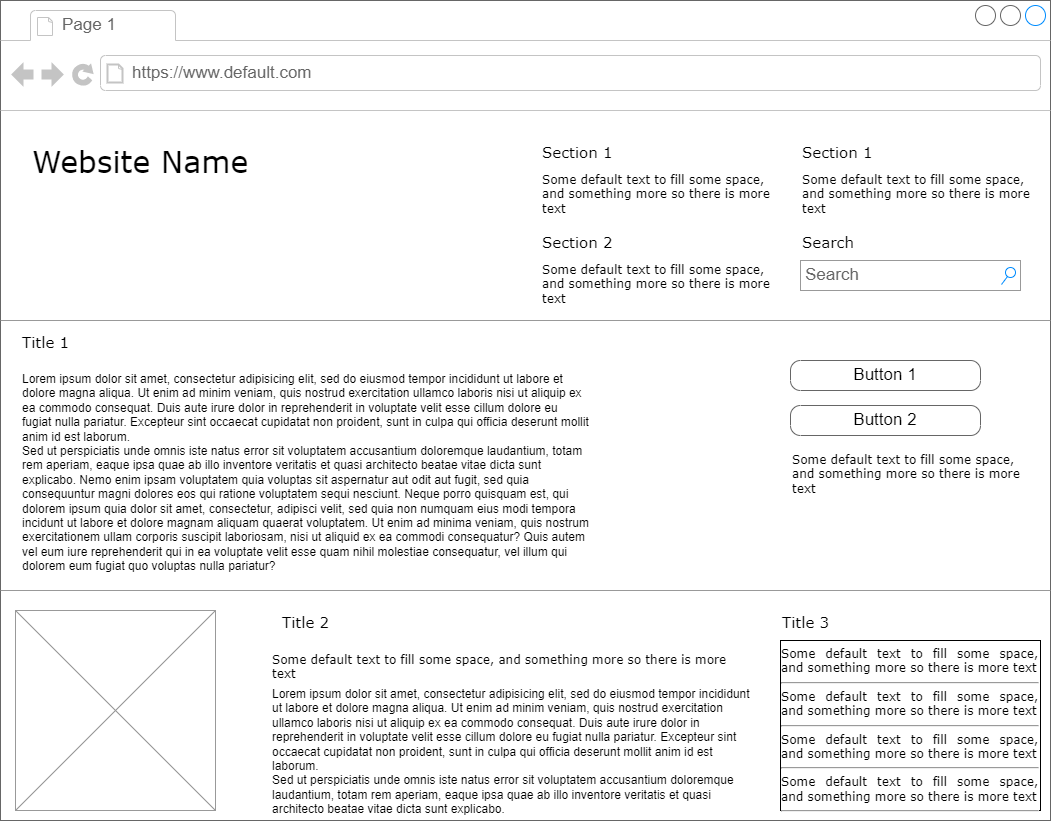
Before: 10/Untitled Diagram.png, a diagram exported from draw.io (fischr1/4cti). Source tidied: cells renumbered, new cells last; positions are measured from the earlier drawing's top-left corner, leaving out a move shared by most shapes.
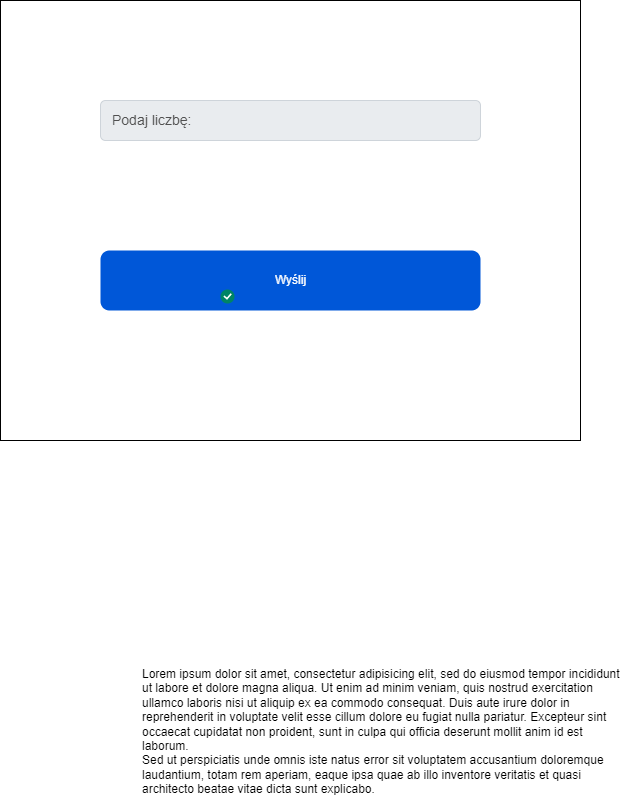
The same file after the commit.

The edit, as a diff of the source:
```diff
@@ -2,80 +2,20 @@
   <root>
     <mxCell id="0" />
     <mxCell id="1" parent="0" />
-    <mxCell id="2" style="strokeWidth=1;shadow=0;dashed=0;align=center;html=1;shape=mxgraph.mockup.containers.browserWindow;rSize=0;strokeColor=#666666;mainText=,;rounded=0;labelBackgroundColor=none;fontFamily=Verdana;fontSize=12;" parent="1" vertex="1">
-      <mxGeometry width="1050" height="820" as="geometry" />
-    </mxCell>
-    <mxCell id="3" value="Page 1" style="strokeWidth=1;shadow=0;dashed=0;align=center;html=1;shape=mxgraph.mockup.containers.anchor;fontSize=17;fontColor=#666666;align=left;" parent="2" vertex="1">
-      <mxGeometry x="60" y="12" width="110" height="26" as="geometry" />
-    </mxCell>
-    <mxCell id="4" value="https://www.default.com" style="strokeWidth=1;shadow=0;dashed=0;align=center;html=1;shape=mxgraph.mockup.containers.anchor;rSize=0;fontSize=17;fontColor=#666666;align=left;" parent="2" vertex="1">
-      <mxGeometry x="130" y="60" width="250" height="26" as="geometry" />
-    </mxCell>
-    <mxCell id="5" value="Website Name" style="text;html=1;align=left;verticalAlign=top;spacingTop=-4;fontSize=30;fontFamily=Verdana;" parent="2" vertex="1">
-      <mxGeometry x="30" y="140" width="340" height="50" as="geometry" />
-    </mxCell>
-    <mxCell id="6" value="Section 1" style="text;html=1;align=left;verticalAlign=top;spacingTop=-4;fontSize=15;fontFamily=Verdana;" parent="2" vertex="1">
-      <mxGeometry x="540" y="140" width="170" height="30" as="geometry" />
-    </mxCell>
-    <mxCell id="7" value="Some default text to fill some space, and&amp;nbsp;&lt;span&gt;something more so there is more text&lt;/span&gt;" style="text;html=1;align=left;verticalAlign=top;spacingTop=-4;fontSize=12;fontFamily=Verdana;whiteSpace=wrap;" parent="2" vertex="1">
-      <mxGeometry x="540" y="170" width="240" height="40" as="geometry" />
-    </mxCell>
-    <mxCell id="8" value="Section 2" style="text;html=1;align=left;verticalAlign=top;spacingTop=-4;fontSize=15;fontFamily=Verdana;" parent="2" vertex="1">
-      <mxGeometry x="540" y="230" width="170" height="30" as="geometry" />
-    </mxCell>
-    <mxCell id="9" value="Some default text to fill some space, and&amp;nbsp;&lt;span&gt;something more so there is more text&lt;/span&gt;" style="text;html=1;align=left;verticalAlign=top;spacingTop=-4;fontSize=12;fontFamily=Verdana;whiteSpace=wrap;" parent="2" vertex="1">
-      <mxGeometry x="540" y="260" width="240" height="40" as="geometry" />
-    </mxCell>
-    <mxCell id="10" value="Section 1" style="text;html=1;align=left;verticalAlign=top;spacingTop=-4;fontSize=15;fontFamily=Verdana;" parent="2" vertex="1">
-      <mxGeometry x="800" y="140" width="170" height="30" as="geometry" />
-    </mxCell>
-    <mxCell id="11" value="Some default text to fill some space, and&amp;nbsp;&lt;span&gt;something more so there is more text&lt;/span&gt;" style="text;html=1;align=left;verticalAlign=top;spacingTop=-4;fontSize=12;fontFamily=Verdana;whiteSpace=wrap;" parent="2" vertex="1">
-      <mxGeometry x="800" y="170" width="240" height="40" as="geometry" />
-    </mxCell>
-    <mxCell id="12" value="Search" style="text;html=1;align=left;verticalAlign=top;spacingTop=-4;fontSize=15;fontFamily=Verdana;" parent="2" vertex="1">
-      <mxGeometry x="800" y="230" width="170" height="30" as="geometry" />
-    </mxCell>
-    <mxCell id="13" value="Search" style="strokeWidth=1;shadow=0;dashed=0;align=center;html=1;shape=mxgraph.mockup.forms.searchBox;strokeColor=#999999;mainText=;strokeColor2=#008cff;fontColor=#666666;fontSize=17;align=left;spacingLeft=3;rounded=0;labelBackgroundColor=none;" parent="2" vertex="1">
-      <mxGeometry x="800" y="260" width="220" height="30" as="geometry" />
-    </mxCell>
-    <mxCell id="14" style="verticalLabelPosition=bottom;shadow=0;dashed=0;align=center;html=1;verticalAlign=top;strokeWidth=1;shape=mxgraph.mockup.markup.line;strokeColor=#999999;rounded=0;labelBackgroundColor=none;fillColor=#ffffff;fontFamily=Verdana;fontSize=12;fontColor=#000000;" parent="2" vertex="1">
-      <mxGeometry y="310" width="1050" height="20" as="geometry" />
-    </mxCell>
-    <mxCell id="15" value="Title 1" style="text;html=1;align=left;verticalAlign=top;spacingTop=-4;fontSize=15;fontFamily=Verdana;" parent="2" vertex="1">
-      <mxGeometry x="20" y="330" width="170" height="30" as="geometry" />
-    </mxCell>
-    <mxCell id="16" value="Lorem ipsum dolor sit amet, consectetur adipisicing elit, sed do eiusmod tempor incididunt ut labore et dolore magna aliqua. Ut enim ad minim veniam, quis nostrud exercitation ullamco laboris nisi ut aliquip ex ea commodo consequat. Duis aute irure dolor in reprehenderit in voluptate velit esse cillum dolore eu fugiat nulla pariatur. Excepteur sint occaecat cupidatat non proident, sunt in culpa qui officia deserunt mollit anim id est laborum.&#10;Sed ut perspiciatis unde omnis iste natus error sit voluptatem accusantium doloremque laudantium, totam rem aperiam, eaque ipsa quae ab illo inventore veritatis et quasi architecto beatae vitae dicta sunt explicabo. Nemo enim ipsam voluptatem quia voluptas sit aspernatur aut odit aut fugit, sed quia consequuntur magni dolores eos qui ratione voluptatem sequi nesciunt. Neque porro quisquam est, qui dolorem ipsum quia dolor sit amet, consectetur, adipisci velit, sed quia non numquam eius modi tempora incidunt ut labore et dolore magnam aliquam quaerat voluptatem. Ut enim ad minima veniam, quis nostrum exercitationem ullam corporis suscipit laboriosam, nisi ut aliquid ex ea commodi consequatur? Quis autem vel eum iure reprehenderit qui in ea voluptate velit esse quam nihil molestiae consequatur, vel illum qui dolorem eum fugiat quo voluptas nulla pariatur?" style="text;spacingTop=-5;whiteSpace=wrap;html=1;align=left;fontSize=12;fontFamily=Helvetica;fillColor=none;strokeColor=none;rounded=0;shadow=1;labelBackgroundColor=none;" parent="2" vertex="1">
-      <mxGeometry x="20" y="370" width="570" height="240" as="geometry" />
-    </mxCell>
-    <mxCell id="17" value="Button 1" style="strokeWidth=1;shadow=0;dashed=0;align=center;html=1;shape=mxgraph.mockup.buttons.button;strokeColor=#666666;mainText=;buttonStyle=round;fontSize=17;fontStyle=0;fillColor=none;whiteSpace=wrap;rounded=0;labelBackgroundColor=none;" parent="2" vertex="1">
-      <mxGeometry x="790" y="360" width="190" height="30" as="geometry" />
-    </mxCell>
-    <mxCell id="18" value="Button 2" style="strokeWidth=1;shadow=0;dashed=0;align=center;html=1;shape=mxgraph.mockup.buttons.button;strokeColor=#666666;mainText=;buttonStyle=round;fontSize=17;fontStyle=0;fillColor=none;whiteSpace=wrap;rounded=0;labelBackgroundColor=none;" parent="2" vertex="1">
-      <mxGeometry x="790" y="405" width="190" height="30" as="geometry" />
-    </mxCell>
-    <mxCell id="19" value="Some default text to fill some space, and&amp;nbsp;&lt;span&gt;something more so there is more text&lt;/span&gt;" style="text;html=1;align=left;verticalAlign=top;spacingTop=-4;fontSize=12;fontFamily=Verdana;whiteSpace=wrap;" parent="2" vertex="1">
-      <mxGeometry x="790" y="450" width="240" height="40" as="geometry" />
-    </mxCell>
-    <mxCell id="20" style="verticalLabelPosition=bottom;shadow=0;dashed=0;align=center;html=1;verticalAlign=top;strokeWidth=1;shape=mxgraph.mockup.markup.line;strokeColor=#999999;rounded=0;labelBackgroundColor=none;fillColor=#ffffff;fontFamily=Verdana;fontSize=12;fontColor=#000000;" parent="2" vertex="1">
-      <mxGeometry y="580" width="1050" height="20" as="geometry" />
-    </mxCell>
-    <mxCell id="21" style="verticalLabelPosition=bottom;shadow=0;dashed=0;align=center;html=1;verticalAlign=top;strokeWidth=1;shape=mxgraph.mockup.graphics.simpleIcon;strokeColor=#999999;fillColor=#ffffff;rounded=0;labelBackgroundColor=none;fontFamily=Verdana;fontSize=12;fontColor=#000000;" parent="2" vertex="1">
-      <mxGeometry x="15" y="610" width="200" height="200" as="geometry" />
-    </mxCell>
-    <mxCell id="22" value="Title 2" style="text;html=1;align=left;verticalAlign=top;spacingTop=-4;fontSize=15;fontFamily=Verdana;" parent="2" vertex="1">
-      <mxGeometry x="280" y="610" width="170" height="30" as="geometry" />
-    </mxCell>
-    <mxCell id="23" value="Title 3" style="text;html=1;align=left;verticalAlign=top;spacingTop=-4;fontSize=15;fontFamily=Verdana;" parent="2" vertex="1">
-      <mxGeometry x="780" y="610" width="170" height="30" as="geometry" />
-    </mxCell>
-    <mxCell id="24" value="&lt;div style=&quot;text-align: justify&quot;&gt;&lt;span&gt;Some default text to fill some space, and&amp;nbsp;&lt;/span&gt;&lt;span&gt;something more so there is more text&lt;/span&gt;&lt;/div&gt;&lt;div style=&quot;text-align: justify&quot;&gt;&lt;hr id=&quot;null&quot; style=&quot;text-align: justify&quot;&gt;&lt;span&gt;&lt;div style=&quot;text-align: justify&quot;&gt;&lt;span&gt;Some default text to fill some space, and&amp;nbsp;&lt;/span&gt;&lt;span&gt;something more so there is more text&lt;/span&gt;&lt;/div&gt;&lt;/span&gt;&lt;/div&gt;&lt;hr id=&quot;null&quot; style=&quot;text-align: justify&quot;&gt;&lt;span&gt;&lt;div style=&quot;text-align: justify&quot;&gt;&lt;span&gt;Some default text to fill some space, and&amp;nbsp;&lt;/span&gt;&lt;span&gt;something more so there is more text&lt;/span&gt;&lt;/div&gt;&lt;/span&gt;&lt;hr id=&quot;null&quot; style=&quot;text-align: justify&quot;&gt;&lt;span&gt;&lt;div style=&quot;text-align: justify&quot;&gt;&lt;span&gt;Some default text to fill some space, and&amp;nbsp;&lt;/span&gt;&lt;span&gt;something more so there is more text&lt;/span&gt;&lt;/div&gt;&lt;/span&gt;&lt;hr id=&quot;null&quot; style=&quot;text-align: left&quot;&gt;" style="whiteSpace=wrap;html=1;rounded=0;shadow=0;labelBackgroundColor=none;strokeWidth=1;fontFamily=Verdana;fontSize=12;align=center;verticalAlign=top;" parent="2" vertex="1">
-      <mxGeometry x="780" y="640" width="260" height="170" as="geometry" />
-    </mxCell>
-    <mxCell id="25" value="Some default text to fill some space, and&amp;nbsp;&lt;span&gt;something more so there is more text&lt;/span&gt;" style="text;html=1;align=left;verticalAlign=top;spacingTop=-4;fontSize=12;fontFamily=Verdana;whiteSpace=wrap;" parent="2" vertex="1">
-      <mxGeometry x="270" y="650" width="470" height="40" as="geometry" />
-    </mxCell>
     <mxCell id="26" value="Lorem ipsum dolor sit amet, consectetur adipisicing elit, sed do eiusmod tempor incididunt ut labore et dolore magna aliqua. Ut enim ad minim veniam, quis nostrud exercitation ullamco laboris nisi ut aliquip ex ea commodo consequat. Duis aute irure dolor in reprehenderit in voluptate velit esse cillum dolore eu fugiat nulla pariatur. Excepteur sint occaecat cupidatat non proident, sunt in culpa qui officia deserunt mollit anim id est laborum.&lt;br&gt;Sed ut perspiciatis unde omnis iste natus error sit voluptatem accusantium doloremque laudantium, totam rem aperiam, eaque ipsa quae ab illo inventore veritatis et quasi architecto beatae vitae dicta sunt explicabo.&amp;nbsp;" style="text;spacingTop=-5;whiteSpace=wrap;html=1;align=left;fontSize=12;fontFamily=Helvetica;fillColor=none;strokeColor=none;rounded=0;shadow=1;labelBackgroundColor=none;" parent="1" vertex="1">
       <mxGeometry x="270" y="685" width="490" height="125" as="geometry" />
     </mxCell>
+    <mxCell id="27" style="rounded=0;whiteSpace=wrap;html=1;" parent="1" vertex="1">
+      <mxGeometry x="130" y="20" width="580" height="440" as="geometry" />
+    </mxCell>
+    <mxCell id="28" value="Wyślij" style="rounded=1;fillColor=#0057D8;align=center;strokeColor=none;html=1;fontColor=#ffffff;fontSize=12;" parent="1" vertex="1">
+      <mxGeometry x="230" y="270" width="380" height="60" as="geometry" />
+    </mxCell>
+    <mxCell id="29" style="html=1;shadow=0;dashed=0;shape=mxgraph.atlassian.checkbox;fillColor=#008465;strokeColor=none;html=1;" parent="1" vertex="1">
+      <mxGeometry x="350" y="309" width="14" height="14" as="geometry" />
+    </mxCell>
+    <mxCell id="30" value="Podaj liczbę:" style="html=1;shadow=0;dashed=0;shape=mxgraph.bootstrap.rrect;rSize=5;strokeColor=#CED4DA;strokeWidth=1;fillColor=#E9ECEF;fontColor=#505050;whiteSpace=wrap;align=left;verticalAlign=middle;spacingLeft=10;fontSize=14;" parent="1" vertex="1">
+      <mxGeometry x="230" y="120" width="380" height="40" as="geometry" />
+    </mxCell>
   </root>
 </mxGraphModel>
```
